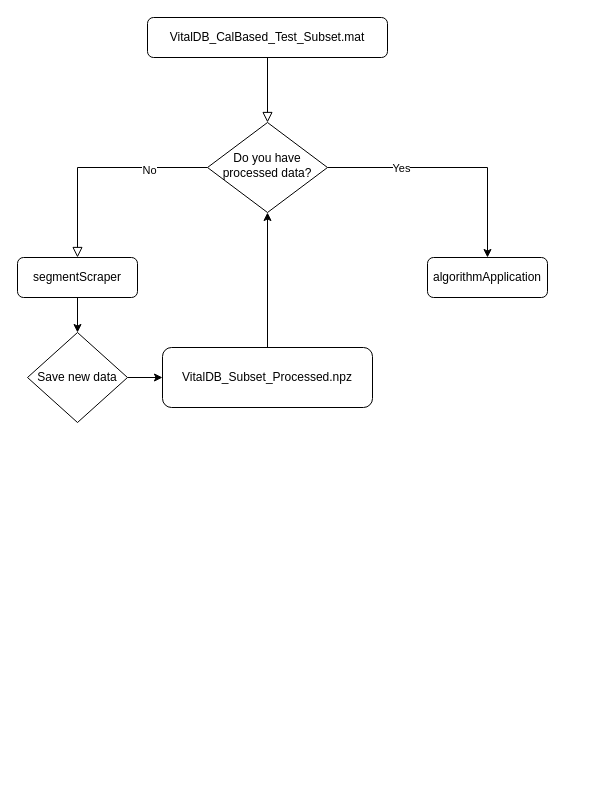
The draw.io diagram 463Project1.drawio in jfd5838/463Project1, before the edit. Source tidied: cells renumbered, new cells numbered last; positions are measured from the earlier drawing's top-left corner, leaving out a move shared by most shapes. Both pictures are drawn from the tidied source at 100%, with x=0, y=0 at pixel (17, 17).
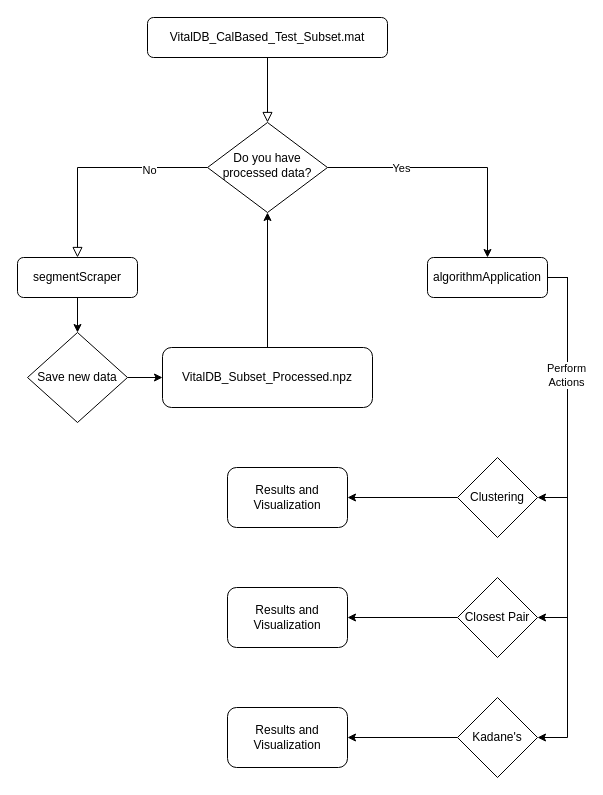
The same page after the edit.

The change refers to these unchanged cells:
```xml
<mxCell id="15" value="algorithmApplication" style="rounded=1;whiteSpace=wrap;html=1;fontSize=12;glass=0;strokeWidth=1;shadow=0;" parent="1" vertex="1">
  <mxGeometry x="410" y="240" width="120" height="40" as="geometry" />
</mxCell>
```

What changed in the source:
```diff
@@
+    <mxCell id="16" style="edgeStyle=orthogonalEdgeStyle;rounded=0;jettySize=auto;html=1;exitX=1;exitY=0.5;exitDx=0;exitDy=0;entryX=1;entryY=0.5;entryDx=0;entryDy=0;" parent="1" edge="1" source="15" target="21">
+      <mxGeometry relative="1" as="geometry" />
+    </mxCell>
+    <mxCell id="17" style="edgeStyle=orthogonalEdgeStyle;rounded=0;jettySize=auto;html=1;exitX=1;exitY=0.5;exitDx=0;exitDy=0;entryX=1;entryY=0.5;entryDx=0;entryDy=0;" parent="1" edge="1" source="15" target="23">
+      <mxGeometry relative="1" as="geometry" />
+    </mxCell>
+    <mxCell id="18" style="edgeStyle=orthogonalEdgeStyle;rounded=0;jettySize=auto;html=1;exitX=1;exitY=0.5;exitDx=0;exitDy=0;entryX=1;entryY=0.5;entryDx=0;entryDy=0;" parent="1" edge="1" source="15" target="25">
+      <mxGeometry relative="1" as="geometry" />
+    </mxCell>
+    <mxCell id="19" value="&lt;div&gt;Perform&lt;/div&gt;&lt;div&gt;Actions&lt;/div&gt;" style="edgeLabel;html=1;align=center;verticalAlign=middle;" parent="18" vertex="1">
+      <mxGeometry x="-0.54" y="-2" relative="1" as="geometry" />
+    </mxCell>
@@
+    <mxCell id="20" style="edgeStyle=orthogonalEdgeStyle;rounded=0;jettySize=auto;html=1;exitX=0;exitY=0.5;exitDx=0;exitDy=0;entryX=1;entryY=0.5;entryDx=0;entryDy=0;" parent="1" edge="1" source="21" target="26">
+      <mxGeometry relative="1" as="geometry" />
+    </mxCell>
+    <mxCell id="21" value="Clustering" style="rhombus;whiteSpace=wrap;html=1;" parent="1" vertex="1">
+      <mxGeometry x="440" y="440" width="80" height="80" as="geometry" />
+    </mxCell>
+    <mxCell id="22" style="edgeStyle=orthogonalEdgeStyle;rounded=0;jettySize=auto;html=1;exitX=0;exitY=0.5;exitDx=0;exitDy=0;entryX=1;entryY=0.5;entryDx=0;entryDy=0;" parent="1" edge="1" source="23" target="28">
+      <mxGeometry relative="1" as="geometry" />
+    </mxCell>
+    <mxCell id="23" value="Closest Pair" style="rhombus;whiteSpace=wrap;html=1;" parent="1" vertex="1">
+      <mxGeometry x="440" y="560" width="80" height="80" as="geometry" />
+    </mxCell>
+    <mxCell id="24" style="edgeStyle=orthogonalEdgeStyle;rounded=0;jettySize=auto;html=1;exitX=0;exitY=0.5;exitDx=0;exitDy=0;entryX=1;entryY=0.5;entryDx=0;entryDy=0;" parent="1" edge="1" source="25" target="27">
+      <mxGeometry relative="1" as="geometry" />
+    </mxCell>
+    <mxCell id="25" value="Kadane's" style="rhombus;whiteSpace=wrap;html=1;" parent="1" vertex="1">
+      <mxGeometry x="440" y="680" width="80" height="80" as="geometry" />
+    </mxCell>
+    <mxCell id="26" value="Results and Visualization" style="rounded=1;whiteSpace=wrap;html=1;" parent="1" vertex="1">
+      <mxGeometry x="210" y="450" width="120" height="60" as="geometry" />
+    </mxCell>
+    <mxCell id="27" value="Results and Visualization" style="rounded=1;whiteSpace=wrap;html=1;" parent="1" vertex="1">
+      <mxGeometry x="210" y="690" width="120" height="60" as="geometry" />
+    </mxCell>
+    <mxCell id="28" value="Results and Visualization" style="rounded=1;whiteSpace=wrap;html=1;" parent="1" vertex="1">
+      <mxGeometry x="210" y="570" width="120" height="60" as="geometry" />
+    </mxCell>
```
